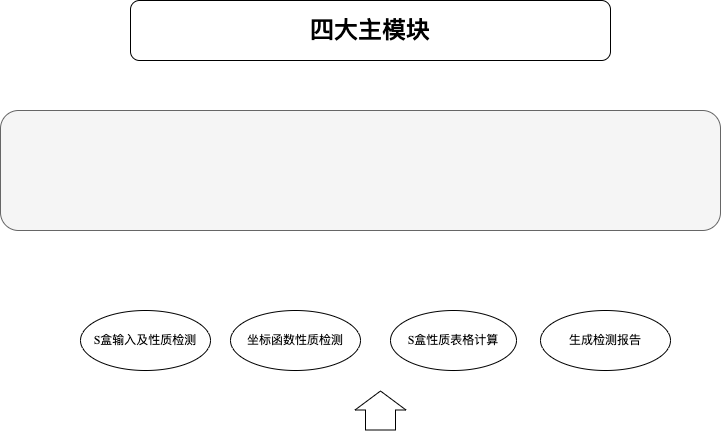
The draw.io diagram jiagou.png in GRHun/image-PicX, before a commit. Source tidied: cells renumbered, new cells last; positions are measured from the earlier drawing's top-left corner, leaving out a move shared by most shapes. Source of this version:
```xml
<mxGraphModel>
  <root>
    <mxCell id="0" />
    <mxCell id="1" parent="0" />
    <mxCell id="2" value="&lt;h1&gt;&lt;font face=&quot;宋体&quot;&gt;四大主模块&lt;/font&gt;&lt;/h1&gt;" style="rounded=1;whiteSpace=wrap;html=1;fontStyle=1;fontFamily=Times New Roman;" parent="1" vertex="1">
      <mxGeometry x="130" width="480" height="60" as="geometry" />
    </mxCell>
    <mxCell id="3" value="S盒输入及性质检测" style="ellipse;whiteSpace=wrap;html=1;fontFamily=Times New Roman;labelBackgroundColor=default;" parent="1" vertex="1">
      <mxGeometry x="80" y="310" width="130" height="60" as="geometry" />
    </mxCell>
    <mxCell id="4" value="坐标函数性质检测" style="ellipse;whiteSpace=wrap;html=1;fontFamily=Times New Roman;" parent="1" vertex="1">
      <mxGeometry x="230" y="310" width="130" height="60" as="geometry" />
    </mxCell>
    <mxCell id="5" value="S盒性质表格计算" style="ellipse;whiteSpace=wrap;html=1;fontFamily=Times New Roman;" parent="1" vertex="1">
      <mxGeometry x="390" y="310" width="126" height="60" as="geometry" />
    </mxCell>
    <mxCell id="6" value="生成检测报告" style="ellipse;whiteSpace=wrap;html=1;fontFamily=Times New Roman;" parent="1" vertex="1">
      <mxGeometry x="540" y="310" width="130" height="60" as="geometry" />
    </mxCell>
    <mxCell id="7" style="shape=flexArrow;endArrow=classic;html=1;rounded=0;fontFamily=Times New Roman;width=30;endSize=6;entryX=0.5;entryY=1;entryDx=0;entryDy=0;" parent="1" edge="1">
      <mxGeometry relative="1" as="geometry">
        <mxPoint x="380" y="430" as="sourcePoint" />
        <mxPoint x="380" y="390" as="targetPoint" />
      </mxGeometry>
    </mxCell>
    <mxCell id="8" style="rounded=1;whiteSpace=wrap;html=1;labelBackgroundColor=#99FFFF;fontFamily=Times New Roman;fillColor=#f5f5f5;fontColor=#333333;strokeColor=#666666;" parent="1" vertex="1">
      <mxGeometry y="110" width="720" height="120" as="geometry" />
    </mxCell>
  </root>
</mxGraphModel>
```
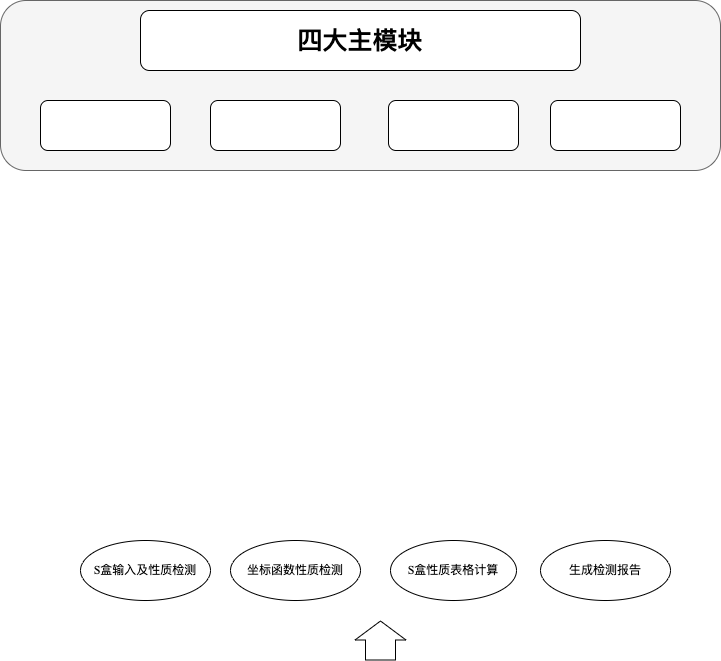
After the change.

Diff of the diagram source:
```diff
@@ -2,8 +2,11 @@
   <root>
     <mxCell id="0" />
     <mxCell id="1" parent="0" />
+    <mxCell id="8" style="rounded=1;whiteSpace=wrap;html=1;labelBackgroundColor=#99FFFF;fontFamily=Times New Roman;fillColor=#f5f5f5;strokeColor=#666666;glass=0;shadow=0;sketch=0;fontColor=#333333;" parent="1" vertex="1">
+      <mxGeometry y="-230" width="720" height="170" as="geometry" />
+    </mxCell>
-    <mxCell id="2" value="&lt;h1&gt;&lt;font face=&quot;宋体&quot;&gt;四大主模块&lt;/font&gt;&lt;/h1&gt;" style="rounded=1;whiteSpace=wrap;html=1;fontStyle=1;fontFamily=Times New Roman;" parent="1" vertex="1">
-      <mxGeometry x="130" width="480" height="60" as="geometry" />
+    <mxCell id="2" value="&lt;h1&gt;&lt;font style=&quot;font-size: 25px;&quot; face=&quot;宋体&quot;&gt;四大主模块&lt;/font&gt;&lt;/h1&gt;" style="rounded=1;whiteSpace=wrap;html=1;fontStyle=1;fontFamily=Times New Roman;glass=0;" parent="1" vertex="1">
+      <mxGeometry x="140" y="-220" width="440" height="60" as="geometry" />
     </mxCell>
     <mxCell id="3" value="S盒输入及性质检测" style="ellipse;whiteSpace=wrap;html=1;fontFamily=Times New Roman;labelBackgroundColor=default;" parent="1" vertex="1">
       <mxGeometry x="80" y="310" width="130" height="60" as="geometry" />
@@ -23,8 +26,17 @@
         <mxPoint x="380" y="390" as="targetPoint" />
       </mxGeometry>
     </mxCell>
-    <mxCell id="8" style="rounded=1;whiteSpace=wrap;html=1;labelBackgroundColor=#99FFFF;fontFamily=Times New Roman;fillColor=#f5f5f5;fontColor=#333333;strokeColor=#666666;" parent="1" vertex="1">
-      <mxGeometry y="110" width="720" height="120" as="geometry" />
-    </mxCell>
+    <mxCell id="9" style="rounded=1;whiteSpace=wrap;html=1;shadow=0;glass=0;sketch=0;fontSize=18;" parent="1" vertex="1">
+      <mxGeometry x="40" y="-130" width="130" height="50" as="geometry" />
+    </mxCell>
+    <mxCell id="10" style="rounded=1;whiteSpace=wrap;html=1;shadow=0;glass=0;sketch=0;fontSize=25;" parent="1" vertex="1">
+      <mxGeometry x="210" y="-130" width="130" height="50" as="geometry" />
+    </mxCell>
+    <mxCell id="11" style="rounded=1;whiteSpace=wrap;html=1;shadow=0;glass=0;sketch=0;fontSize=25;" parent="1" vertex="1">
+      <mxGeometry x="388" y="-130" width="130" height="50" as="geometry" />
+    </mxCell>
+    <mxCell id="12" style="rounded=1;whiteSpace=wrap;html=1;shadow=0;glass=0;sketch=0;fontSize=25;" parent="1" vertex="1">
+      <mxGeometry x="550" y="-130" width="130" height="50" as="geometry" />
+    </mxCell>
   </root>
 </mxGraphModel>
```
